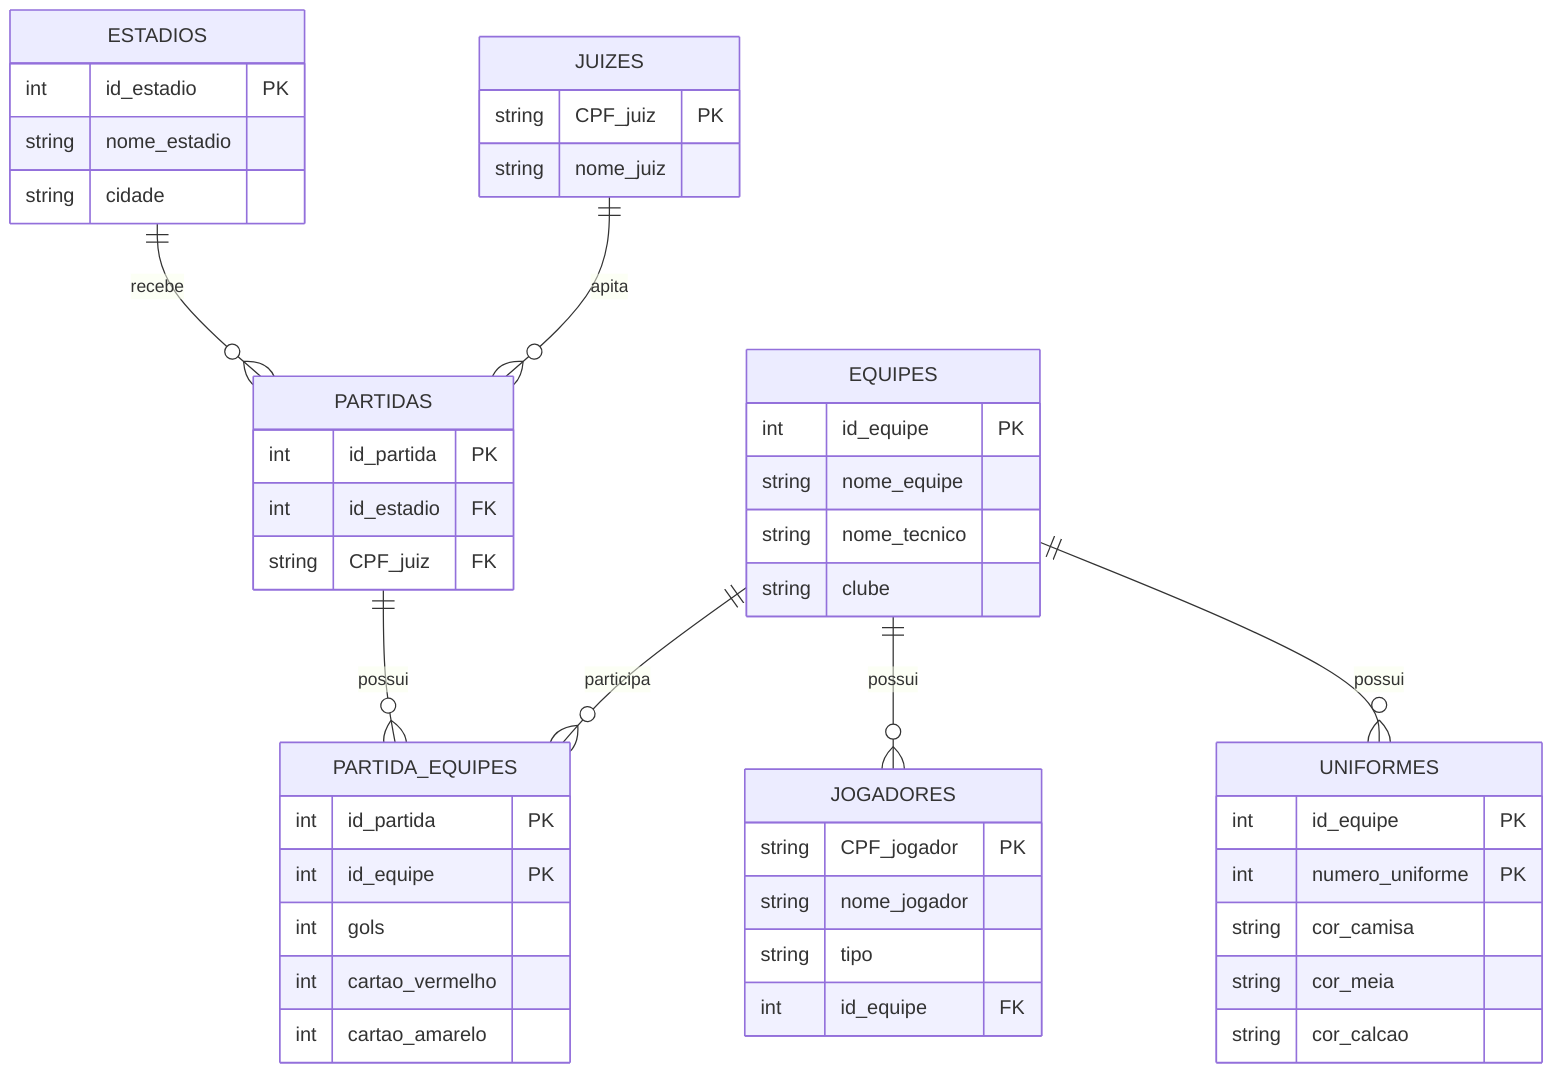
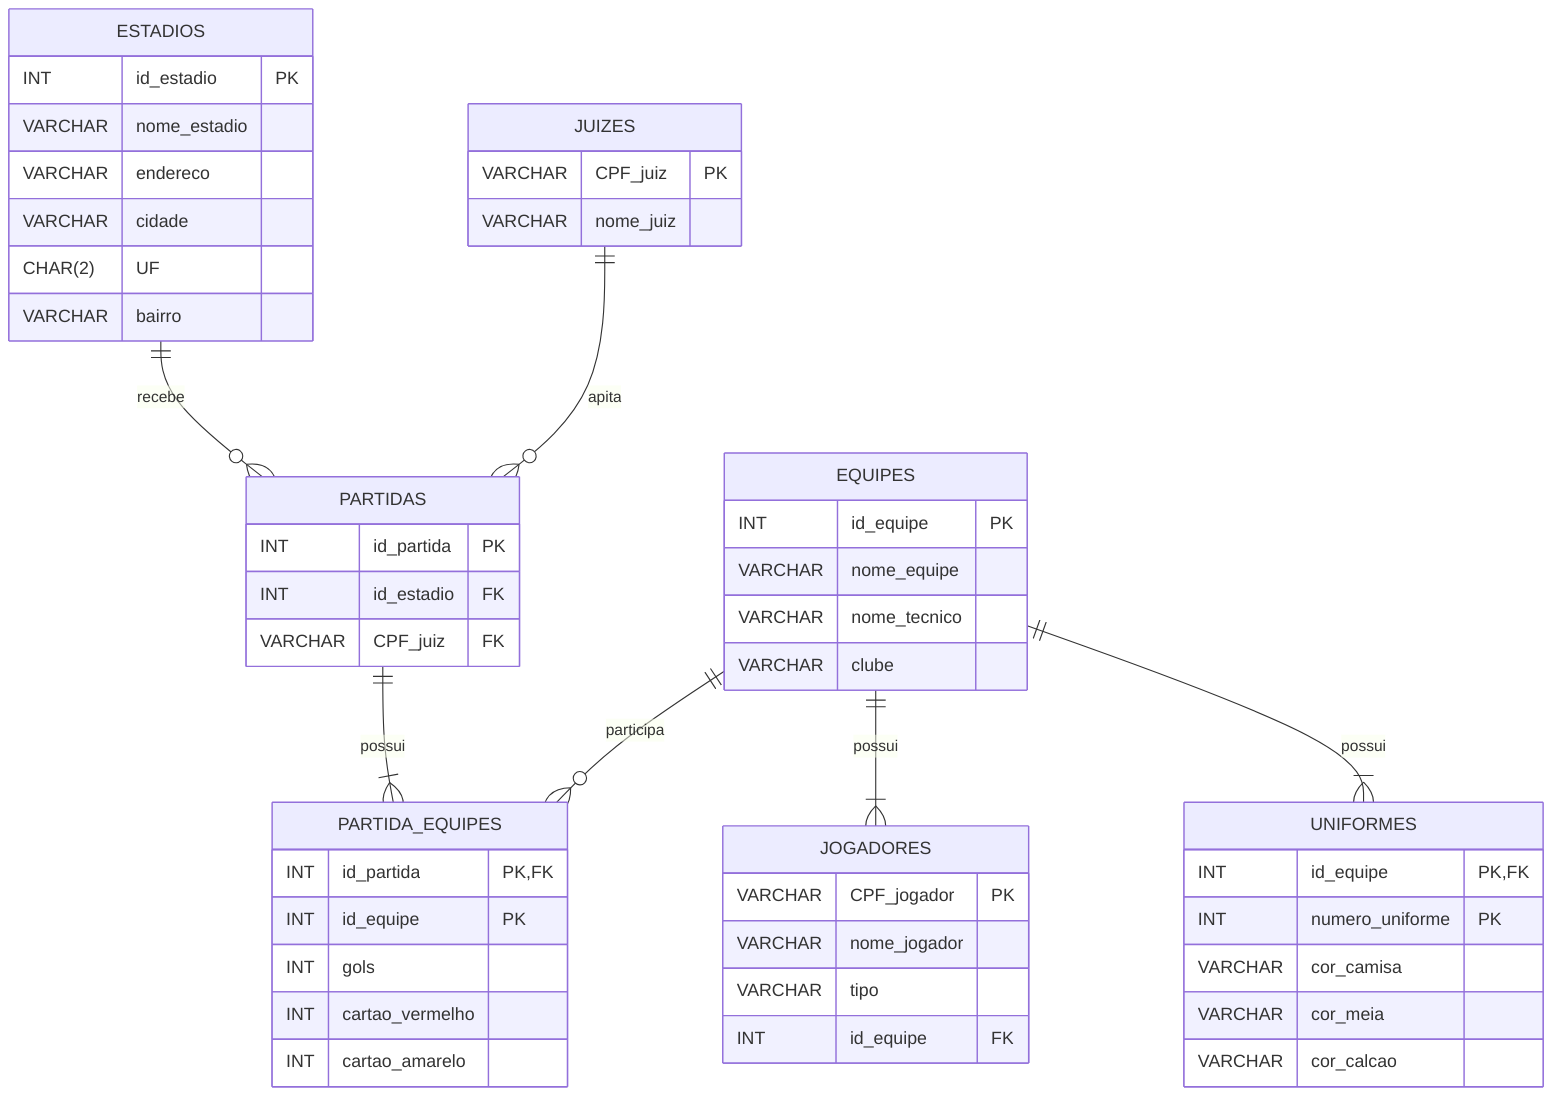
erDiagram

    EQUIPES {
-         int id_equipe PK
-         string nome_equipe
-         string nome_tecnico
-         string clube
+         INT id_equipe PK
+         VARCHAR nome_equipe
+         VARCHAR nome_tecnico
+         VARCHAR clube
    }

    JOGADORES {
-         string CPF_jogador PK
-         string nome_jogador
-         string tipo
-         int id_equipe FK
+         VARCHAR CPF_jogador PK
+         VARCHAR nome_jogador
+         VARCHAR tipo
+         INT id_equipe FK
    }

    UNIFORMES {
-         int id_equipe PK
-         int numero_uniforme PK
-         string cor_camisa
-         string cor_meia
-         string cor_calcao
+         INT id_equipe PK, FK
+         INT numero_uniforme PK
+         VARCHAR cor_camisa
+         VARCHAR cor_meia
+         VARCHAR cor_calcao
    }

    ESTADIOS {
-         int id_estadio PK
-         string nome_estadio
-         string cidade
+         INT id_estadio PK
+         VARCHAR nome_estadio
+         VARCHAR endereco
+         VARCHAR cidade
+         CHAR(2) UF
+         VARCHAR bairro
    }

    JUIZES {
-         string CPF_juiz PK
-         string nome_juiz
+         VARCHAR CPF_juiz PK
+         VARCHAR nome_juiz
    }

    PARTIDAS {
-         int id_partida PK
-         int id_estadio FK
-         string CPF_juiz FK
+         INT id_partida PK
+         INT id_estadio FK
+         VARCHAR CPF_juiz FK
    }

    PARTIDA_EQUIPES {
-         int id_partida PK
-         int id_equipe PK
-         int gols
-         int cartao_vermelho
-         int cartao_amarelo
+         INT id_partida PK, FK
+         INT id_equipe PK
+         INT gols
+         INT cartao_vermelho
+         INT cartao_amarelo
    }

-     EQUIPES ||--o{ JOGADORES : possui
-     EQUIPES ||--o{ UNIFORMES : possui
+     EQUIPES ||--|{ JOGADORES : possui
+     EQUIPES ||--|{ UNIFORMES : possui

    ESTADIOS ||--o{ PARTIDAS : recebe
    JUIZES ||--o{ PARTIDAS : apita

-     PARTIDAS ||--o{ PARTIDA_EQUIPES : possui
+     PARTIDAS ||--|{ PARTIDA_EQUIPES : possui
    EQUIPES  ||--o{ PARTIDA_EQUIPES : participa
